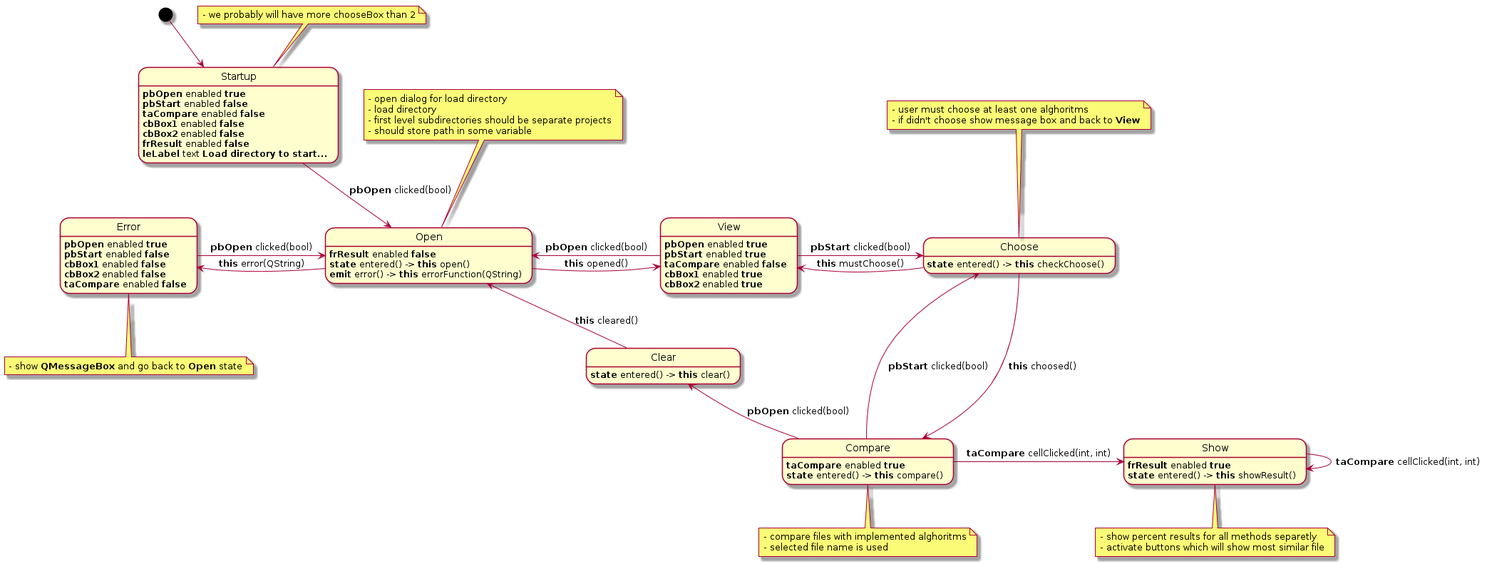
Earlier version of the PlantUML export Projekt/uml/interface.png (MichalBernacki/Plagiarism_detection_app).
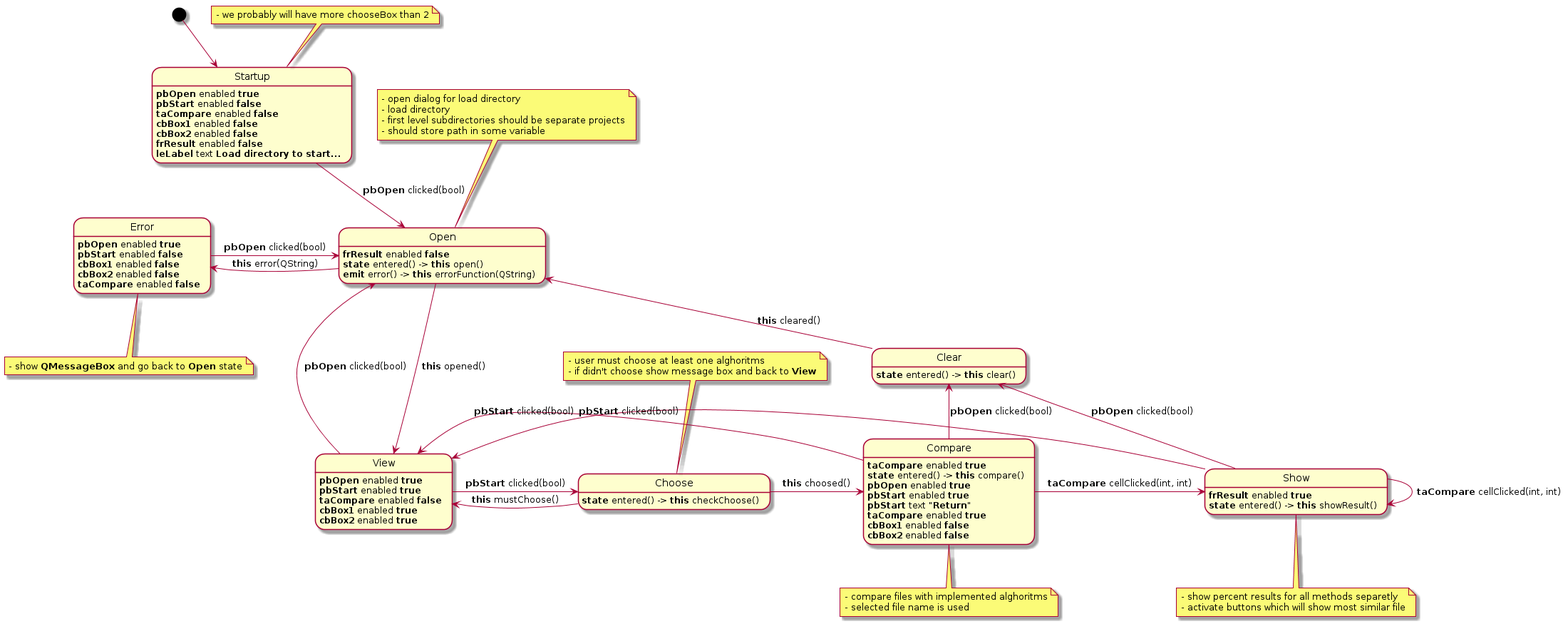
After the commit.

Diff of the diagram source:
```diff
@@ -8,7 +8,7 @@
     Open -left-> Error : <b>this</b> error(QString)
     View -left-> Open : <b>pbOpen</b> clicked(bool)
     View -right-> Choose : <b>pbStart</b> clicked(bool)
-    Compare -left-> Choose : <b>pbStart</b> clicked(bool)
+    Compare -left-> View : <b>pbStart</b> clicked(bool)
     Choose -left-> View : <b>this</b> mustChoose()
     Choose -right-> Compare : <b>this</b> choosed()
 
@@ -16,7 +16,8 @@
     Compare -up-> Clear : <b>pbOpen</b> clicked(bool)
     Clear -up-> Open : <b>this</b> cleared()
     Show -right-> Show : <b>taCompare</b> cellClicked(int, int)
-
+	Show -left-> View : <b>pbStart</b> clicked(bool)
+	Show -left-> Clear : <b>pbOpen</b> clicked(bool)
     note top of Startup
     - we probably will have more chooseBox than 2
     end note
@@ -71,7 +72,12 @@
 
     Compare: <b>taCompare</b> enabled <b>true</b>
     Compare: <b>state</b> entered() -> <b>this</b> compare()
-
+	Compare: <b>pbOpen</b> enabled <b>true</b>
+    Compare: <b>pbStart</b> enabled <b>true</b>
+    Compare: <b>pbStart</b> text <b>"Return"</b>
+    Compare: <b>taCompare</b> enabled <b>true</b>
+    Compare: <b>cbBox1</b> enabled <b>false</b>
+    Compare: <b>cbBox2</b> enabled <b>false</b>
     Choose: <b>state</b> entered() -> <b>this</b> checkChoose()
 
     Error: <b>pbOpen</b> enabled <b>true</b>
```
